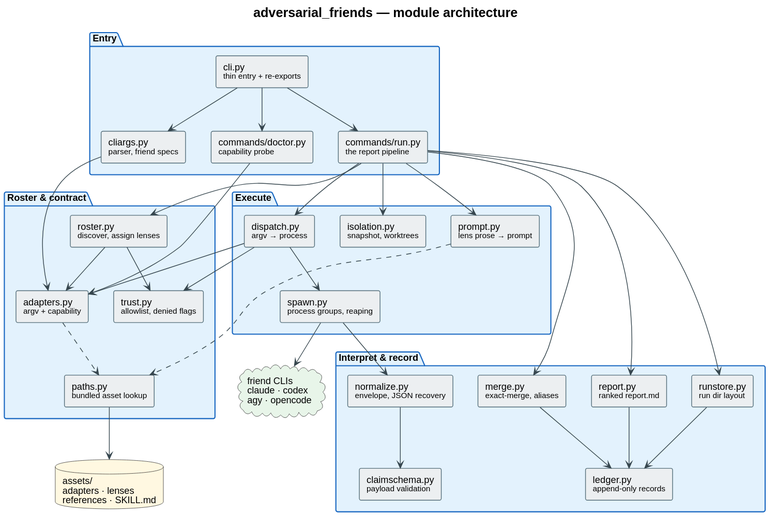
This is docs/architecture/components.svg from livingstaccato/adversarial-friends, a PlantUML export, as it was before one commit.
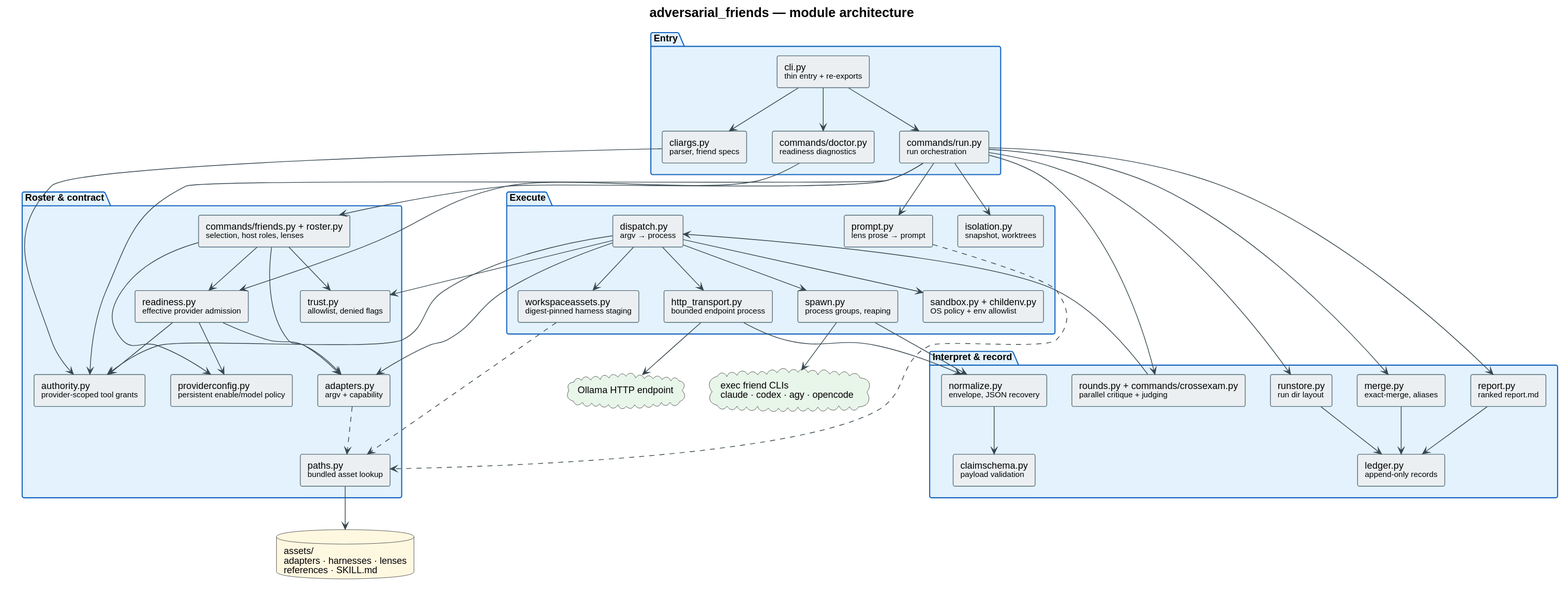
After the commit.

Diff of the diagram source:
```diff
@@ -27,12 +27,15 @@
 package "Entry" {
   rectangle "cli.py\n<size:11>thin entry + re-exports</size>" as CLI
   rectangle "cliargs.py\n<size:11>parser, friend specs</size>" as ARGS
-  rectangle "commands/run.py\n<size:11>the report pipeline</size>" as RUN
-  rectangle "commands/doctor.py\n<size:11>capability probe</size>" as DOC
+  rectangle "commands/run.py\n<size:11>run orchestration</size>" as RUN
+  rectangle "commands/doctor.py\n<size:11>readiness diagnostics</size>" as DOC
 }
 
 package "Roster & contract" {
-  rectangle "roster.py\n<size:11>discover, assign lenses</size>" as ROSTER
+  rectangle "commands/friends.py + roster.py\n<size:11>selection, host roles, lenses</size>" as ROSTER
+  rectangle "providerconfig.py\n<size:11>persistent enable/model policy</size>" as PCONFIG
+  rectangle "readiness.py\n<size:11>effective provider admission</size>" as READY
+  rectangle "authority.py\n<size:11>provider-scoped tool grants</size>" as AUTH
   rectangle "adapters.py\n<size:11>argv + capability</size>" as ADAPT
   rectangle "trust.py\n<size:11>allowlist, denied flags</size>" as TRUST
   rectangle "paths.py\n<size:11>bundled asset lookup</size>" as PATHS
@@ -41,48 +44,67 @@
 package "Execute" {
   rectangle "prompt.py\n<size:11>lens prose → prompt</size>" as PROMPT
   rectangle "isolation.py\n<size:11>snapshot, worktrees</size>" as ISO
+  rectangle "workspaceassets.py\n<size:11>digest-pinned harness staging</size>" as WSA
+  rectangle "sandbox.py + childenv.py\n<size:11>OS policy + env allowlist</size>" as SANDBOX
   rectangle "dispatch.py\n<size:11>argv → process</size>" as DISP
   rectangle "spawn.py\n<size:11>process groups, reaping</size>" as SPAWN
+  rectangle "http_transport.py\n<size:11>bounded endpoint process</size>" as HTTPX
 }
 
 package "Interpret & record" {
   rectangle "normalize.py\n<size:11>envelope, JSON recovery</size>" as NORM
   rectangle "claimschema.py\n<size:11>payload validation</size>" as SCHEMA
   rectangle "merge.py\n<size:11>exact-merge, aliases</size>" as MERGE
+  rectangle "rounds.py + commands/crossexam.py\n<size:11>parallel critique + judging</size>" as ROUNDS
   rectangle "ledger.py\n<size:11>append-only records</size>" as LEDGER
   rectangle "report.py\n<size:11>ranked report.md</size>" as REPORT
   rectangle "runstore.py\n<size:11>run dir layout</size>" as STORE
 }
 
-database "assets/\nadapters · lenses\nreferences · SKILL.md" as ASSETS #FFF8E1
-cloud "friend CLIs\nclaude · codex\nagy · opencode" as FRIENDS #E8F5E9
+database "assets/\nadapters · harnesses · lenses\nreferences · SKILL.md" as ASSETS #FFF8E1
+cloud "exec friend CLIs\nclaude · codex · agy · opencode" as FRIENDS #E8F5E9
+cloud "Ollama HTTP endpoint" as HTTP #E8F5E9
 
 CLI --> ARGS
 CLI --> RUN
 CLI --> DOC
 
 RUN --> ROSTER
+RUN --> AUTH
 RUN --> PROMPT
 RUN --> ISO
-RUN --> DISP
+RUN --> ROUNDS
 RUN --> MERGE
 RUN --> STORE
 RUN --> REPORT
 
-ARGS --> ADAPT
+ARGS --> AUTH
 ROSTER --> ADAPT
+ROSTER --> PCONFIG
+ROSTER --> READY
 ROSTER --> TRUST
-DOC --> ADAPT
+READY --> PCONFIG
+READY --> AUTH
+READY --> ADAPT
+DOC --> READY
 
 PATHS --> ASSETS
 ADAPT ..> PATHS
 PROMPT ..> PATHS
+WSA ..> PATHS
 
+ROUNDS --> DISP
 DISP --> ADAPT
+DISP --> AUTH
 DISP --> TRUST
+DISP --> WSA
+DISP --> SANDBOX
 DISP --> SPAWN
+DISP --> HTTPX
 SPAWN --> FRIENDS
 SPAWN --> NORM
+HTTPX --> HTTP
+HTTPX --> NORM
 NORM --> SCHEMA
 
 MERGE --> LEDGER
```
